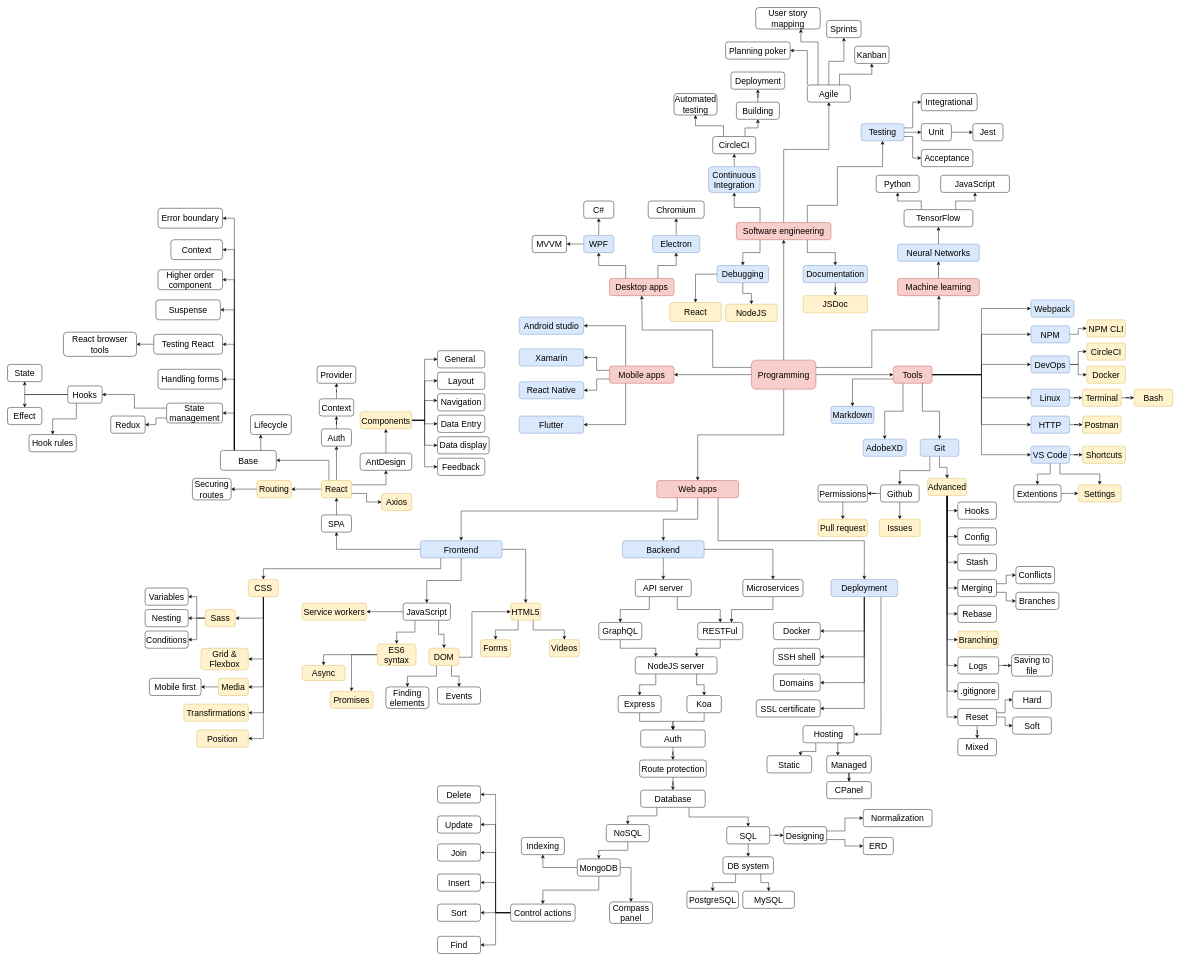
The draw.io diagram cdp.drawio in armandasalmd/continuous-development, before the edit. Source tidied: cells renumbered, new cells numbered last; positions are measured from the earlier drawing's top-left corner, leaving out a move shared by most shapes. Both pictures are drawn from the tidied source at 43%, with x=0, y=0 at pixel (7, 7).
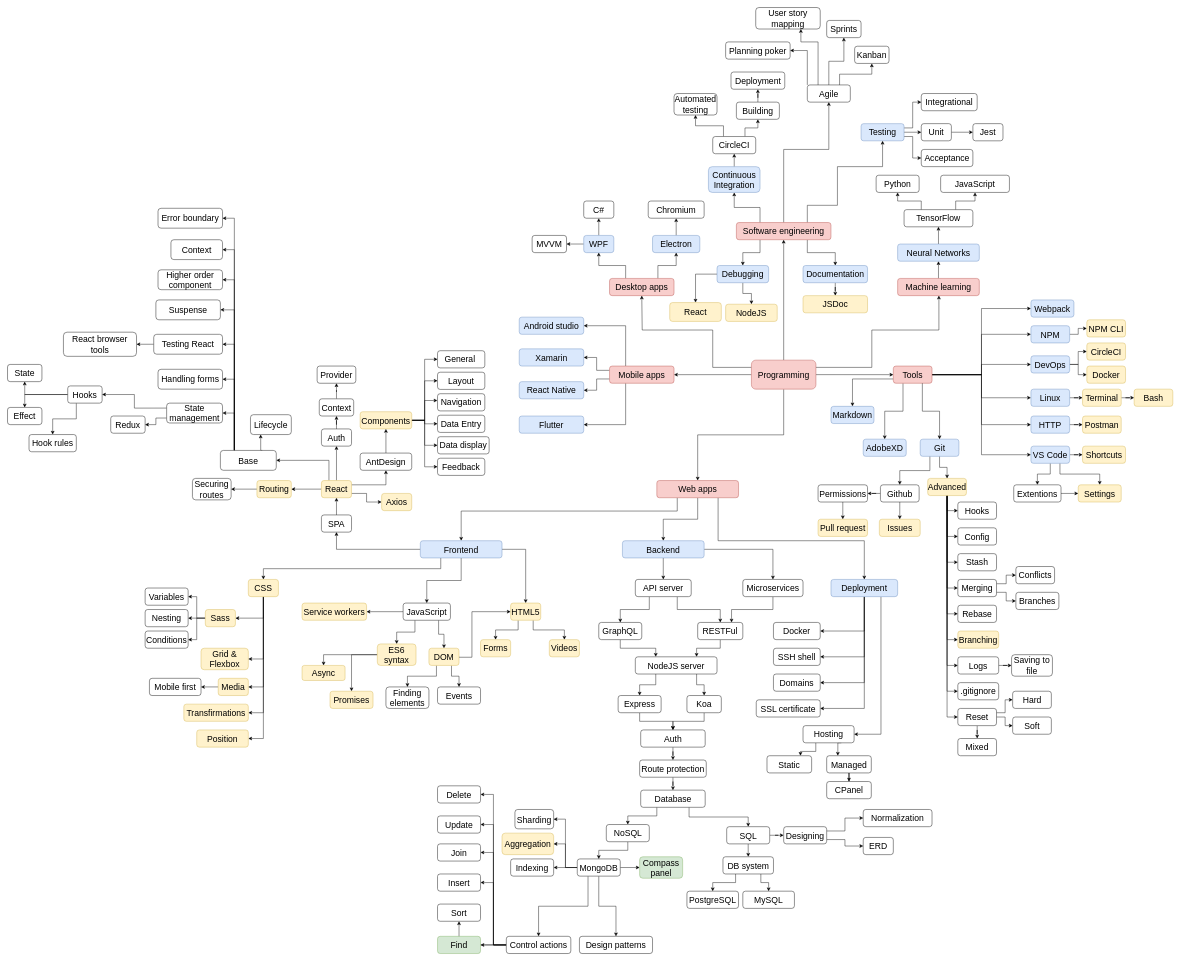
After the change.

Unchanged cells that the change refers to:
```xml
<mxCell id="186" value="&lt;font style=&quot;font-size: 20px&quot;&gt;MongoDB&lt;/font&gt;" style="rounded=1;whiteSpace=wrap;html=1;" parent="1" vertex="1">
  <mxGeometry x="1325" y="1980" width="100" height="40" as="geometry" />
</mxCell>
```

What changed in the source:
```diff
@@
+    <mxCell id="185" style="edgeStyle=orthogonalEdgeStyle;rounded=0;jettySize=auto;html=1;exitX=0.25;exitY=1;exitDx=0;exitDy=0;entryX=0.5;entryY=0;entryDx=0;entryDy=0;" parent="1" edge="1" source="186" target="257">
+      <mxGeometry relative="1" as="geometry" />
+    </mxCell>
-    <mxCell id="184" style="edgeStyle=orthogonalEdgeStyle;rounded=0;jettySize=auto;html=1;exitX=0;exitY=0.5;exitDx=0;exitDy=0;" parent="1" edge="1" source="186" target="250">
+    <mxCell id="184" style="edgeStyle=orthogonalEdgeStyle;rounded=0;jettySize=auto;html=1;exitX=0;exitY=0.5;exitDx=0;exitDy=0;entryX=1;entryY=0.5;entryDx=0;entryDy=0;" parent="1" edge="1" source="186" target="250">
       <mxGeometry relative="1" as="geometry" />
     </mxCell>
-    <mxCell id="185" style="edgeStyle=orthogonalEdgeStyle;rounded=0;jettySize=auto;html=1;exitX=0.5;exitY=1;exitDx=0;exitDy=0;entryX=0.5;entryY=0;entryDx=0;entryDy=0;" parent="1" edge="1" source="186" target="257">
-      <mxGeometry relative="1" as="geometry" />
-    </mxCell>
+    <mxCell id="344" style="edgeStyle=orthogonalEdgeStyle;rounded=0;jettySize=auto;html=1;exitX=0;exitY=0.5;exitDx=0;exitDy=0;entryX=1;entryY=0.5;entryDx=0;entryDy=0;" parent="1" edge="1" source="186" target="347">
+      <mxGeometry relative="1" as="geometry" />
+    </mxCell>
+    <mxCell id="345" style="edgeStyle=orthogonalEdgeStyle;rounded=0;jettySize=auto;html=1;exitX=0;exitY=0.5;exitDx=0;exitDy=0;entryX=1;entryY=0.5;entryDx=0;entryDy=0;" parent="1" edge="1" source="186" target="348">
+      <mxGeometry relative="1" as="geometry" />
+    </mxCell>
+    <mxCell id="346" style="edgeStyle=orthogonalEdgeStyle;rounded=0;jettySize=auto;html=1;exitX=0.5;exitY=1;exitDx=0;exitDy=0;" parent="1" edge="1" source="186" target="349">
+      <mxGeometry relative="1" as="geometry" />
+    </mxCell>
@@
-    <mxCell id="249" value="&lt;font style=&quot;font-size: 20px&quot;&gt;Compass panel&lt;/font&gt;" style="rounded=1;whiteSpace=wrap;html=1;" parent="1" vertex="1">
-      <mxGeometry x="1400" y="2080" width="100" height="50" as="geometry" />
+    <mxCell id="249" value="&lt;font style=&quot;font-size: 20px&quot;&gt;Compass panel&lt;/font&gt;" style="rounded=1;whiteSpace=wrap;html=1;fillColor=#d5e8d4;strokeColor=#82b366;" parent="1" vertex="1">
+      <mxGeometry x="1470" y="1975" width="100" height="50" as="geometry" />
     </mxCell>
     <mxCell id="250" value="&lt;font style=&quot;font-size: 20px&quot;&gt;Indexing&lt;/font&gt;" style="rounded=1;whiteSpace=wrap;html=1;" parent="1" vertex="1">
-      <mxGeometry x="1195" y="1930" width="100" height="40" as="geometry" />
+      <mxGeometry x="1170" y="1980" width="100" height="40" as="geometry" />
     </mxCell>
@@
     <mxCell id="257" value="&lt;font style=&quot;font-size: 20px&quot;&gt;Control actions&lt;/font&gt;" style="rounded=1;whiteSpace=wrap;html=1;" parent="1" vertex="1">
-      <mxGeometry x="1170" y="2085" width="150" height="40" as="geometry" />
+      <mxGeometry x="1160" y="2160" width="150" height="40" as="geometry" />
     </mxCell>
@@
-    <mxCell id="262" value="&lt;font style=&quot;font-size: 20px&quot;&gt;Find&lt;/font&gt;" style="rounded=1;whiteSpace=wrap;html=1;" parent="1" vertex="1">
+    <mxCell id="262" value="&lt;font style=&quot;font-size: 20px&quot;&gt;Find&lt;/font&gt;" style="rounded=1;whiteSpace=wrap;html=1;fillColor=#d5e8d4;strokeColor=#82b366;" parent="1" vertex="1">
       <mxGeometry x="1000" y="2160" width="100" height="40" as="geometry" />
     </mxCell>
@@
+    <mxCell id="347" value="&lt;font style=&quot;font-size: 20px&quot;&gt;Aggregation&lt;/font&gt;" style="rounded=1;whiteSpace=wrap;html=1;fillColor=#fff2cc;strokeColor=#d6b656;" parent="1" vertex="1">
+      <mxGeometry x="1150" y="1920" width="120" height="50" as="geometry" />
+    </mxCell>
+    <mxCell id="348" value="&lt;font style=&quot;font-size: 20px&quot;&gt;Sharding&lt;/font&gt;" style="rounded=1;whiteSpace=wrap;html=1;" parent="1" vertex="1">
+      <mxGeometry x="1180" y="1865" width="90" height="45" as="geometry" />
+    </mxCell>
+    <mxCell id="349" value="&lt;font style=&quot;font-size: 20px&quot;&gt;Design patterns&lt;/font&gt;" style="rounded=1;whiteSpace=wrap;html=1;" parent="1" vertex="1">
+      <mxGeometry x="1330" y="2160" width="170" height="40" as="geometry" />
+    </mxCell>
```
